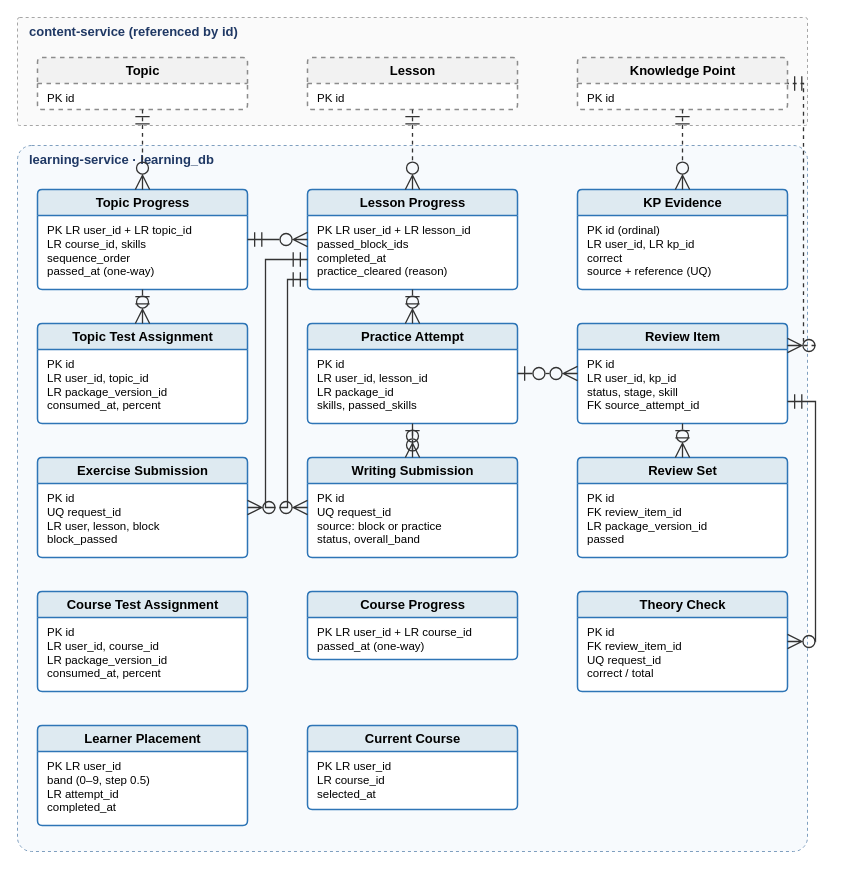
Before: page "3. Learning progress and mastery" (3 of 5) of capstone-docs/rp_3.0_system-requirements-system/diagram_script/part4-diagrams/IELTSPath_ERD.drawio in IeltsPath-Platform/backend, a draw.io diagram. Source tidied: cells renumbered, new cells numbered last; positions are measured from the earlier drawing's top-left corner, leaving out a move shared by most shapes. Both pictures are drawn from the tidied source at 100%, with x=0, y=0 at pixel (17, 17).
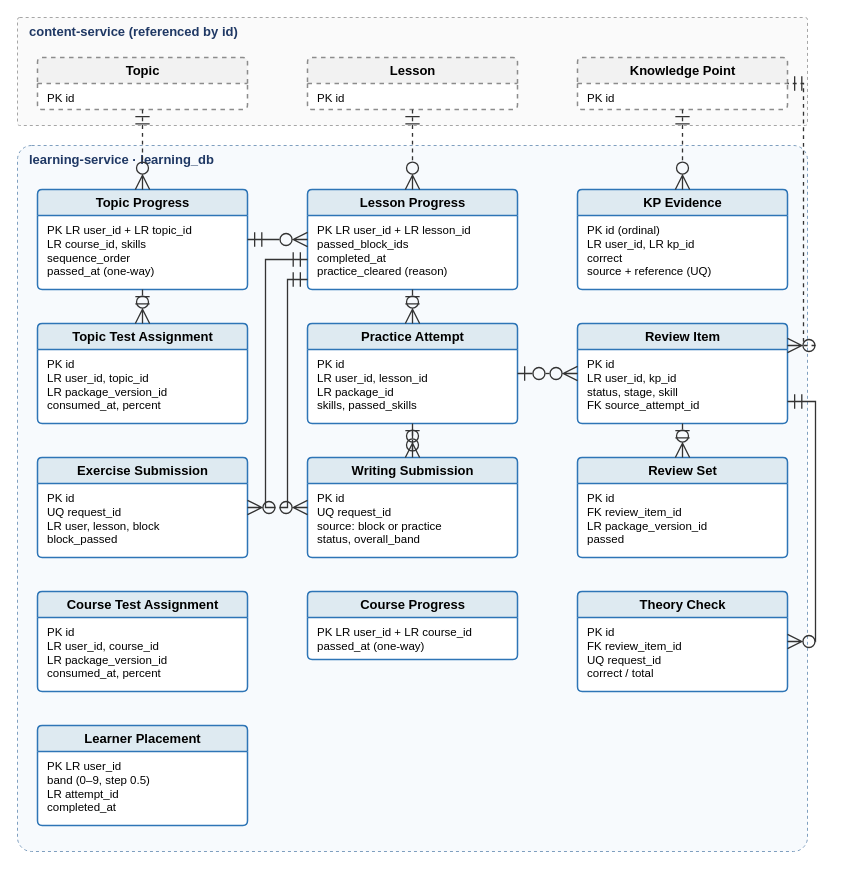
The same page after the edit.

What changed in the source:
```diff
@@
-    <mxCell id="32" value="Current Course" style="swimlane;fontStyle=1;startSize=26;html=1;rounded=1;arcSize=6;fillColor=#DEEAF1;strokeColor=#2E75B6;swimlaneFillColor=#FFFFFF;fontSize=13;fontFamily=Arial;strokeWidth=1.5;" parent="1" vertex="1">
-      <mxGeometry x="290" y="708" width="210" height="84" as="geometry" />
-    </mxCell>
-    <mxCell id="33" value="PK LR user_id&lt;br&gt;LR course_id&lt;br&gt;selected_at" style="text;html=1;align=left;verticalAlign=top;spacingLeft=8;spacingTop=2;fontSize=11.5;fontFamily=Arial;strokeColor=none;fillColor=none;" parent="32" vertex="1">
-      <mxGeometry y="26" width="210" height="58" as="geometry" />
-    </mxCell>
```
